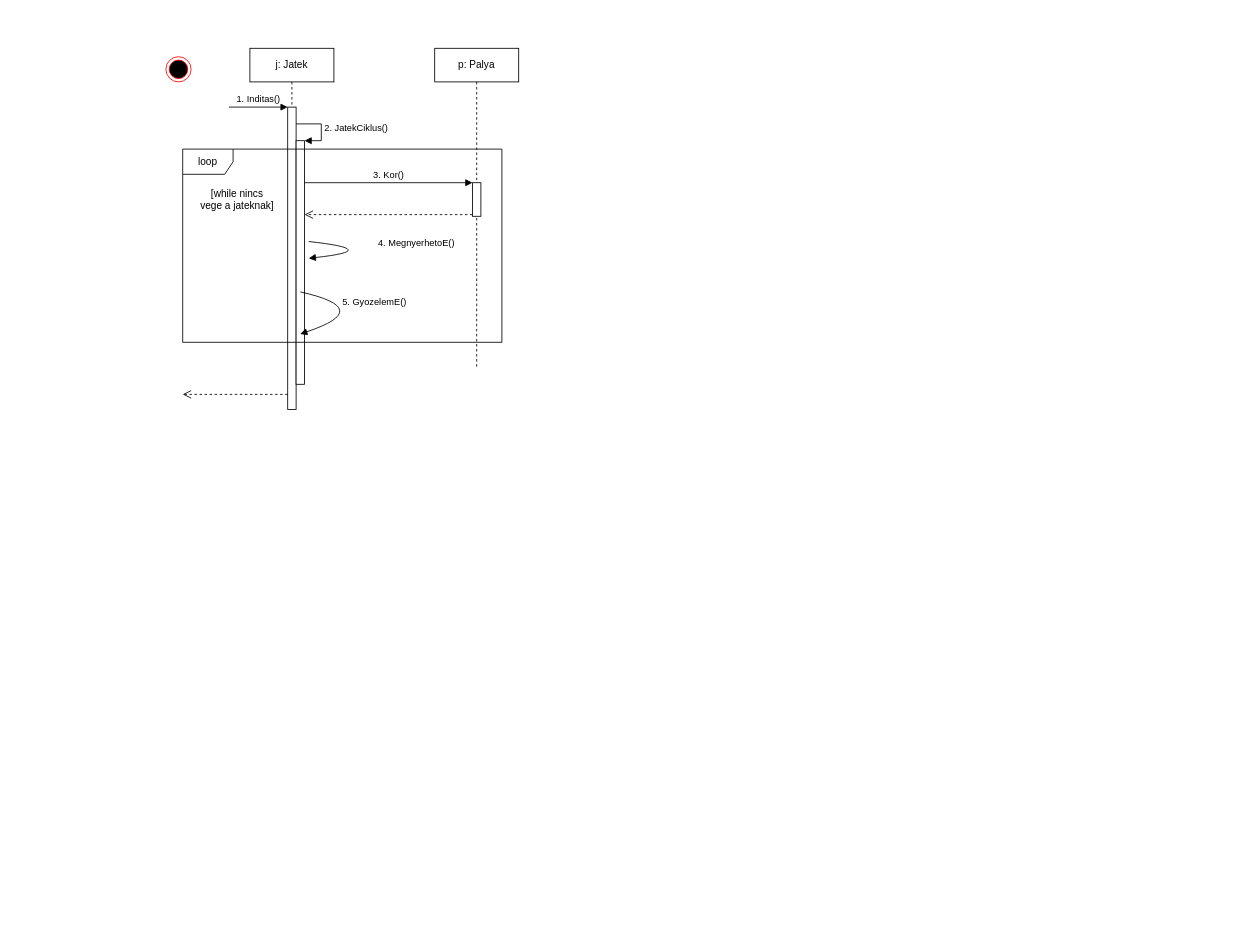
Earlier version of the draw.io diagram doc/uml/jatek_ciklus.drawio (torpeBoiGo/aszteroidabanyaszat). Source tidied: cells renumbered, new cells numbered last; positions are measured from the earlier drawing's top-left corner, leaving out a move shared by most shapes. Both pictures are drawn from the tidied source at 84%, with x=0, y=0 at pixel (165, 48).
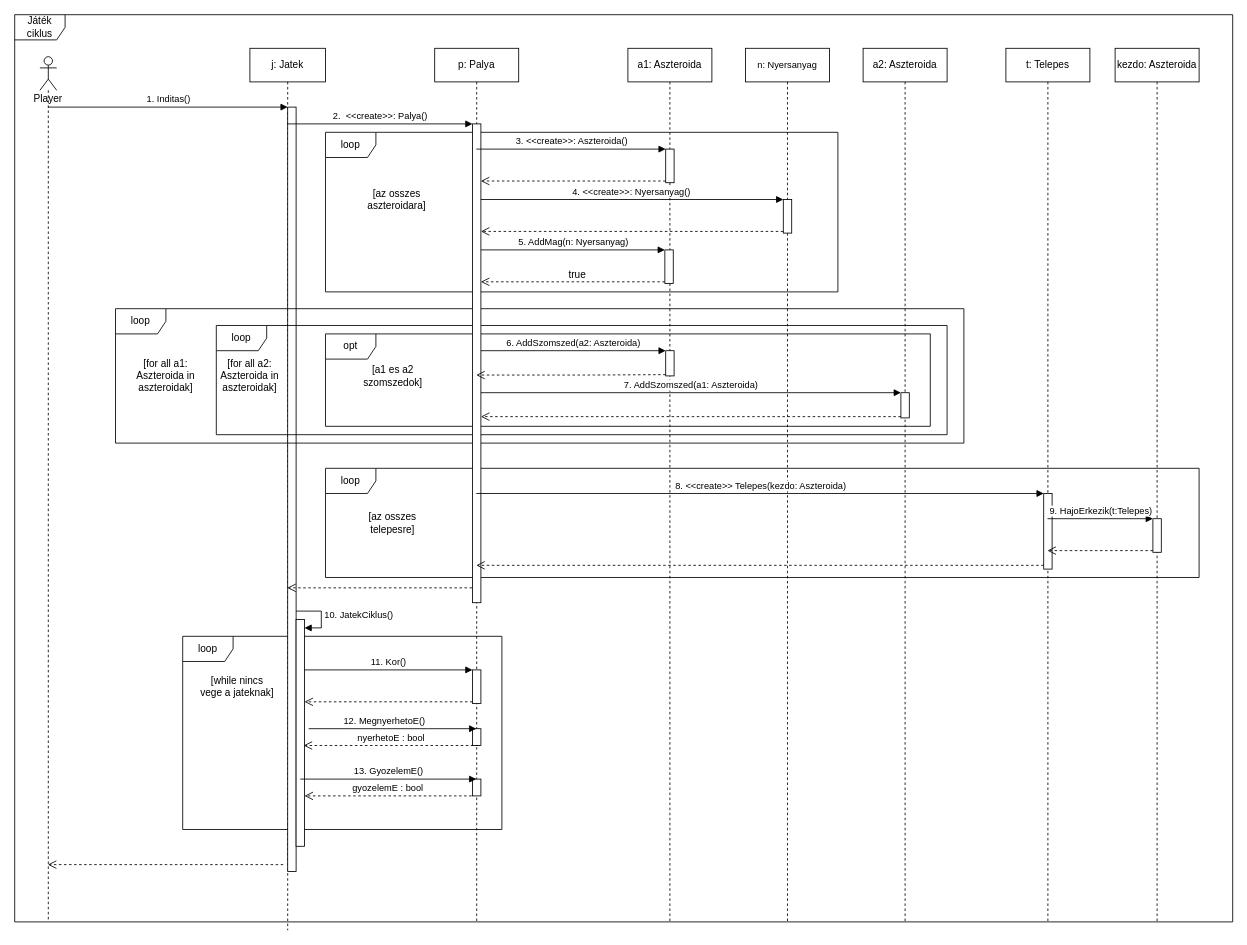
After the change.

Change to the diagram source:
```diff
@@
+    <mxCell id="12" value="loop" style="shape=umlFrame;whiteSpace=wrap;html=1;" parent="1" vertex="1">
+      <mxGeometry x="20" y="700" width="380" height="230" as="geometry" />
+    </mxCell>
+    <mxCell id="17" value="Játék ciklus" style="shape=umlFrame;whiteSpace=wrap;html=1;" parent="1" vertex="1">
+      <mxGeometry x="-180" y="-40" width="1450" height="1080" as="geometry" />
+    </mxCell>
     <mxCell id="2" value="j: Jatek" style="shape=umlLifeline;perimeter=lifelinePerimeter;whiteSpace=wrap;html=1;outlineConnect=0;" parent="1" vertex="1">
-      <mxGeometry x="100" width="100" height="430" as="geometry" />
+      <mxGeometry x="100" width="90" height="1050" as="geometry" />
     </mxCell>
     <mxCell id="3" style="html=1;points=[];perimeter=orthogonalPerimeter;" parent="2" vertex="1">
-      <mxGeometry x="45" y="70" width="10" height="360" as="geometry" />
+      <mxGeometry x="45" y="70" width="10" height="910" as="geometry" />
     </mxCell>
-    <mxCell id="4" value="1. Inditas()" style="html=1;verticalAlign=bottom;endArrow=block;entryX=0;entryY=0;" parent="2" edge="1" target="3">
-      <mxGeometry relative="1" as="geometry">
-        <mxPoint x="-25" y="70" as="sourcePoint" />
-      </mxGeometry>
-    </mxCell>
-    <mxCell id="5" style="html=1;verticalAlign=bottom;endArrow=open;dashed=1;endSize=8;exitX=0;exitY=0.95;" parent="2" edge="1" source="3">
-      <mxGeometry x="1" y="-88" relative="1" as="geometry">
-        <mxPoint x="-80" y="412" as="targetPoint" />
-        <mxPoint x="-66" y="28" as="offset" />
-      </mxGeometry>
-    </mxCell>
     <mxCell id="6" style="html=1;points=[];perimeter=orthogonalPerimeter;" parent="2" vertex="1">
-      <mxGeometry x="55" y="110" width="10" height="290" as="geometry" />
+      <mxGeometry x="55" y="680" width="10" height="270" as="geometry" />
     </mxCell>
-    <mxCell id="7" value="2. JatekCiklus()" style="edgeStyle=orthogonalEdgeStyle;html=1;align=left;spacingLeft=2;endArrow=block;rounded=0;entryX=1;entryY=0;" parent="2" edge="1" source="3" target="6">
+    <mxCell id="7" value="10. JatekCiklus()" style="edgeStyle=orthogonalEdgeStyle;html=1;align=left;spacingLeft=2;endArrow=block;rounded=0;entryX=1;entryY=0;" parent="2" edge="1">
       <mxGeometry relative="1" as="geometry">
+        <mxPoint x="55" y="670" as="sourcePoint" />
+        <mxPoint x="65" y="690" as="targetPoint" />
         <Array as="points">
-          <mxPoint x="85" y="90" />
-          <mxPoint x="85" y="110" />
+          <mxPoint x="85" y="670" />
+          <mxPoint x="85" y="690" />
         </Array>
       </mxGeometry>
     </mxCell>
+    <mxCell id="18" value="loop" style="shape=umlFrame;whiteSpace=wrap;html=1;" parent="2" vertex="1">
+      <mxGeometry x="-160" y="310" width="1010" height="160" as="geometry" />
+    </mxCell>
+    <mxCell id="19" value="loop" style="shape=umlFrame;whiteSpace=wrap;html=1;" parent="2" vertex="1">
+      <mxGeometry x="90" y="500" width="1040" height="130" as="geometry" />
+    </mxCell>
+    <mxCell id="20" value="[az osszes telepesre]" style="text;html=1;strokeColor=none;fillColor=none;align=center;verticalAlign=middle;whiteSpace=wrap;rounded=0;" parent="2" vertex="1">
+      <mxGeometry x="130" y="555" width="80" height="20" as="geometry" />
+    </mxCell>
+    <mxCell id="21" value="loop" style="shape=umlFrame;whiteSpace=wrap;html=1;" parent="2" vertex="1">
+      <mxGeometry x="-40" y="330" width="870" height="130" as="geometry" />
+    </mxCell>
+    <mxCell id="22" value="opt" style="shape=umlFrame;whiteSpace=wrap;html=1;" parent="2" vertex="1">
+      <mxGeometry x="90" y="340" width="720" height="110" as="geometry" />
+    </mxCell>
+    <mxCell id="23" value="[for all a2: Aszteroida in aszteroidak]" style="text;html=1;strokeColor=none;fillColor=none;align=center;verticalAlign=middle;whiteSpace=wrap;rounded=0;" parent="2" vertex="1">
+      <mxGeometry x="-40" y="380" width="80" height="20" as="geometry" />
+    </mxCell>
+    <mxCell id="24" value="[a1 es a2 szomszedok]" style="text;html=1;strokeColor=none;fillColor=none;align=center;verticalAlign=middle;whiteSpace=wrap;rounded=0;" parent="2" vertex="1">
+      <mxGeometry x="132.5" y="380" width="75" height="20" as="geometry" />
+    </mxCell>
+    <mxCell id="25" value="[for all a1: Aszteroida in aszteroidak]" style="text;html=1;strokeColor=none;fillColor=none;align=center;verticalAlign=middle;whiteSpace=wrap;rounded=0;" parent="2" vertex="1">
+      <mxGeometry x="-140" y="380" width="80" height="20" as="geometry" />
+    </mxCell>
+    <mxCell id="26" value="loop" style="shape=umlFrame;whiteSpace=wrap;html=1;" parent="1" vertex="1">
+      <mxGeometry x="190" y="100" width="610" height="190" as="geometry" />
+    </mxCell>
     <mxCell id="8" value="p: Palya" style="shape=umlLifeline;perimeter=lifelinePerimeter;whiteSpace=wrap;html=1;outlineConnect=0;" parent="1" vertex="1">
-      <mxGeometry x="320" width="100" height="380" as="geometry" />
+      <mxGeometry x="320" width="100" height="1040" as="geometry" />
     </mxCell>
     <mxCell id="9" style="html=1;points=[];perimeter=orthogonalPerimeter;" parent="8" vertex="1">
-      <mxGeometry x="45" y="160" width="10" height="40" as="geometry" />
+      <mxGeometry x="45" y="740" width="10" height="40" as="geometry" />
     </mxCell>
+    <mxCell id="27" style="html=1;points=[];perimeter=orthogonalPerimeter;" parent="8" vertex="1">
+      <mxGeometry x="45" y="90" width="10" height="570" as="geometry" />
+    </mxCell>
+    <mxCell id="28" style="html=1;points=[];perimeter=orthogonalPerimeter;" parent="8" vertex="1">
+      <mxGeometry x="45" y="810" width="10" height="20" as="geometry" />
+    </mxCell>
+    <mxCell id="29" style="html=1;points=[];perimeter=orthogonalPerimeter;" parent="8" vertex="1">
+      <mxGeometry x="45" y="870" width="10" height="20" as="geometry" />
+    </mxCell>
-    <mxCell id="10" value="3. Kor()" style="html=1;verticalAlign=bottom;endArrow=block;entryX=0;entryY=0;" parent="1" edge="1" source="6" target="9">
-      <mxGeometry relative="1" as="geometry" />
+    <mxCell id="10" value="11. Kor()" style="html=1;verticalAlign=bottom;endArrow=block;entryX=0;entryY=0;" parent="1" edge="1" target="9">
+      <mxGeometry relative="1" as="geometry">
+        <mxPoint x="165" y="740" as="sourcePoint" />
+      </mxGeometry>
     </mxCell>
-    <mxCell id="11" style="html=1;verticalAlign=bottom;endArrow=open;dashed=1;endSize=8;exitX=0;exitY=0.95;" parent="1" edge="1" source="9" target="6">
-      <mxGeometry x="0.15" y="92" relative="1" as="geometry" />
+    <mxCell id="11" style="html=1;verticalAlign=bottom;endArrow=open;dashed=1;endSize=8;exitX=0;exitY=0.95;" parent="1" edge="1" source="9">
+      <mxGeometry x="0.15" y="92" relative="1" as="geometry">
+        <mxPoint x="165" y="778" as="targetPoint" />
+      </mxGeometry>
     </mxCell>
-    <mxCell id="12" value="loop" style="shape=umlFrame;whiteSpace=wrap;html=1;" parent="1" vertex="1">
-      <mxGeometry x="20" y="120" width="380" height="230" as="geometry" />
-    </mxCell>
     <mxCell id="13" value="[while nincs vege a jateknak]" style="text;html=1;strokeColor=none;fillColor=none;align=center;verticalAlign=middle;whiteSpace=wrap;rounded=0;" parent="1" vertex="1">
-      <mxGeometry x="40" y="170" width="90" height="20" as="geometry" />
+      <mxGeometry x="40" y="750" width="90" height="20" as="geometry" />
     </mxCell>
-    <mxCell id="14" value="4. MegnyerhetoE()" style="html=1;verticalAlign=bottom;endArrow=block;curved=1;" parent="1" edge="1">
-      <mxGeometry y="40" relative="1" as="geometry">
-        <mxPoint x="170" y="230" as="sourcePoint" />
-        <mxPoint x="170" y="250" as="targetPoint" />
+    <mxCell id="14" value="12. MegnyerhetoE()" style="html=1;verticalAlign=bottom;endArrow=block;curved=1;" parent="1" edge="1" target="8">
+      <mxGeometry x="-0.1" relative="1" as="geometry">
+        <mxPoint x="170" y="810" as="sourcePoint" />
         <Array as="points">
-          <mxPoint x="260" y="240" />
+          <mxPoint x="260" y="810" />
         </Array>
-        <mxPoint x="34" y="-39" as="offset" />
       </mxGeometry>
     </mxCell>
-    <mxCell id="15" value="5. GyozelemE()" style="html=1;verticalAlign=bottom;endArrow=block;entryX=0.368;entryY=0.957;entryDx=0;entryDy=0;entryPerimeter=0;curved=1;" parent="1" edge="1" target="12">
+    <mxCell id="15" value="13. GyozelemE()" style="html=1;verticalAlign=bottom;endArrow=block;curved=1;" parent="1" edge="1" target="8">
       <mxGeometry relative="1" as="geometry">
-        <mxPoint x="160" y="290" as="sourcePoint" />
+        <mxPoint x="160" y="870" as="sourcePoint" />
         <Array as="points">
-          <mxPoint x="250" y="310" />
+          <mxPoint x="260" y="870" />
         </Array>
       </mxGeometry>
     </mxCell>
-    <mxCell id="16" style="ellipse;html=1;shape=endState;fillColor=#000000;strokeColor=#ff0000;" parent="1" vertex="1">
-      <mxGeometry y="10" width="30" height="30" as="geometry" />
-    </mxCell>
+    <mxCell id="30" value="2.&amp;nbsp; &amp;lt;&amp;lt;create&amp;gt;&amp;gt;: Palya()" style="html=1;verticalAlign=bottom;endArrow=block;entryX=0;entryY=0;" parent="1" edge="1" source="2" target="27">
+      <mxGeometry relative="1" as="geometry" />
+    </mxCell>
+    <mxCell id="31" style="html=1;verticalAlign=bottom;endArrow=open;dashed=1;endSize=8;exitX=-0.049;exitY=0.969;exitDx=0;exitDy=0;exitPerimeter=0;" parent="1" edge="1" source="27" target="2">
+      <mxGeometry relative="1" as="geometry" />
+    </mxCell>
+    <mxCell id="32" value="a1: Aszteroida" style="shape=umlLifeline;perimeter=lifelinePerimeter;whiteSpace=wrap;html=1;" parent="1" vertex="1">
+      <mxGeometry x="550" width="100" height="1040" as="geometry" />
+    </mxCell>
+    <mxCell id="33" style="html=1;points=[];perimeter=orthogonalPerimeter;" parent="32" vertex="1">
+      <mxGeometry x="45" y="120" width="10" height="40" as="geometry" />
+    </mxCell>
+    <mxCell id="34" style="html=1;points=[];perimeter=orthogonalPerimeter;" parent="32" vertex="1">
+      <mxGeometry x="44" y="240" width="10" height="40" as="geometry" />
+    </mxCell>
+    <mxCell id="35" style="html=1;points=[];perimeter=orthogonalPerimeter;" parent="32" vertex="1">
+      <mxGeometry x="45" y="360" width="10" height="30" as="geometry" />
+    </mxCell>
+    <mxCell id="36" value="3. &amp;lt;&amp;lt;create&amp;gt;&amp;gt;: Aszteroida()" style="html=1;verticalAlign=bottom;endArrow=block;entryX=0;entryY=0;" parent="1" edge="1" target="33">
+      <mxGeometry relative="1" as="geometry">
+        <mxPoint x="369.5" y="120" as="sourcePoint" />
+      </mxGeometry>
+    </mxCell>
+    <mxCell id="37" style="html=1;verticalAlign=bottom;endArrow=open;dashed=1;endSize=8;exitX=0;exitY=0.95;" parent="1" edge="1" source="33">
+      <mxGeometry x="0.02" y="-60" relative="1" as="geometry">
+        <mxPoint x="375" y="158" as="targetPoint" />
+      </mxGeometry>
+    </mxCell>
+    <mxCell id="38" value="&lt;span style=&quot;font-size: 11px ; background-color: rgb(255 , 255 , 255)&quot;&gt;n: Nyersanyag&lt;/span&gt;" style="shape=umlLifeline;perimeter=lifelinePerimeter;whiteSpace=wrap;html=1;" parent="1" vertex="1">
+      <mxGeometry x="690" width="100" height="1040" as="geometry" />
+    </mxCell>
+    <mxCell id="39" style="html=1;points=[];perimeter=orthogonalPerimeter;" parent="38" vertex="1">
+      <mxGeometry x="45" y="180" width="10" height="40" as="geometry" />
+    </mxCell>
+    <mxCell id="40" value="4. &amp;lt;&amp;lt;create&amp;gt;&amp;gt;: Nyersanyag()" style="html=1;verticalAlign=bottom;endArrow=block;entryX=0;entryY=0;" parent="1" edge="1" target="39">
+      <mxGeometry relative="1" as="geometry">
+        <mxPoint x="375" y="180" as="sourcePoint" />
+        <mxPoint x="-1" as="offset" />
+      </mxGeometry>
+    </mxCell>
+    <mxCell id="41" style="html=1;verticalAlign=bottom;endArrow=open;dashed=1;endSize=8;exitX=0;exitY=0.95;" parent="1" edge="1" source="39">
+      <mxGeometry x="0.2" y="-176" relative="1" as="geometry">
+        <mxPoint x="375" y="218" as="targetPoint" />
+      </mxGeometry>
+    </mxCell>
+    <mxCell id="42" value="a2: Aszteroida" style="shape=umlLifeline;perimeter=lifelinePerimeter;whiteSpace=wrap;html=1;" parent="1" vertex="1">
+      <mxGeometry x="830" width="100" height="1040" as="geometry" />
+    </mxCell>
+    <mxCell id="43" style="html=1;points=[];perimeter=orthogonalPerimeter;" parent="42" vertex="1">
+      <mxGeometry x="45" y="410" width="10" height="30" as="geometry" />
+    </mxCell>
+    <mxCell id="44" value="t: Telepes" style="shape=umlLifeline;perimeter=lifelinePerimeter;whiteSpace=wrap;html=1;outlineConnect=0;" parent="1" vertex="1">
+      <mxGeometry x="1000" width="100" height="1040" as="geometry" />
+    </mxCell>
+    <mxCell id="45" style="html=1;points=[];perimeter=orthogonalPerimeter;" parent="44" vertex="1">
+      <mxGeometry x="45" y="530" width="10" height="90" as="geometry" />
+    </mxCell>
+    <mxCell id="46" value="8. &amp;lt;&amp;lt;create&amp;gt;&amp;gt; Telepes(kezdo: Aszteroida)" style="html=1;verticalAlign=bottom;endArrow=block;entryX=0;entryY=0;" parent="1" edge="1" source="8" target="45">
+      <mxGeometry relative="1" as="geometry" />
+    </mxCell>
+    <mxCell id="47" style="html=1;verticalAlign=bottom;endArrow=open;dashed=1;endSize=8;exitX=0;exitY=0.95;" parent="1" edge="1" source="45" target="8">
+      <mxGeometry relative="1" as="geometry" />
+    </mxCell>
+    <mxCell id="48" value="kezdo: Aszteroida" style="shape=umlLifeline;perimeter=lifelinePerimeter;whiteSpace=wrap;html=1;" parent="1" vertex="1">
+      <mxGeometry x="1130" width="100" height="1040" as="geometry" />
+    </mxCell>
+    <mxCell id="49" style="html=1;points=[];perimeter=orthogonalPerimeter;" parent="48" vertex="1">
+      <mxGeometry x="45" y="560" width="10" height="40" as="geometry" />
+    </mxCell>
+    <mxCell id="50" value="9. HajoErkezik(t:Telepes)" style="html=1;verticalAlign=bottom;endArrow=block;entryX=0;entryY=0;" parent="1" edge="1" source="44" target="49">
+      <mxGeometry relative="1" as="geometry" />
+    </mxCell>
+    <mxCell id="51" style="html=1;verticalAlign=bottom;endArrow=open;dashed=1;endSize=8;exitX=0;exitY=0.95;" parent="1" edge="1" source="49" target="44">
+      <mxGeometry x="0.02" y="51" relative="1" as="geometry" />
+    </mxCell>
+    <mxCell id="52" value="[az osszes aszteroidara]" style="text;html=1;strokeColor=none;fillColor=none;align=center;verticalAlign=middle;whiteSpace=wrap;rounded=0;" parent="1" vertex="1">
+      <mxGeometry x="240" y="170" width="70" height="20" as="geometry" />
+    </mxCell>
+    <mxCell id="53" value="5. AddMag(n: Nyersanyag)" style="html=1;verticalAlign=bottom;endArrow=block;entryX=0;entryY=0;" parent="1" edge="1" target="34">
+      <mxGeometry relative="1" as="geometry">
+        <mxPoint x="375" y="240" as="sourcePoint" />
+      </mxGeometry>
+    </mxCell>
+    <mxCell id="54" style="html=1;verticalAlign=bottom;endArrow=open;dashed=1;endSize=8;exitX=0;exitY=0.95;" parent="1" edge="1" source="34">
+      <mxGeometry x="0.13" y="-248" relative="1" as="geometry">
+        <mxPoint x="375" y="278" as="targetPoint" />
+      </mxGeometry>
+    </mxCell>
+    <mxCell id="55" value="6. AddSzomszed(a2: Aszteroida)" style="html=1;verticalAlign=bottom;endArrow=block;entryX=0;entryY=0;" parent="1" edge="1" source="27" target="35">
+      <mxGeometry relative="1" as="geometry" />
+    </mxCell>
+    <mxCell id="56" style="html=1;verticalAlign=bottom;endArrow=open;dashed=1;endSize=8;exitX=0;exitY=0.95;" parent="1" edge="1" source="35" target="8">
+      <mxGeometry x="1" y="-334" relative="1" as="geometry">
+        <Array as="points">
+          <mxPoint x="500" y="389" />
+        </Array>
+        <mxPoint x="-299" y="185" as="offset" />
+      </mxGeometry>
+    </mxCell>
+    <mxCell id="57" value="7. AddSzomszed(a1: Aszteroida)" style="html=1;verticalAlign=bottom;endArrow=block;entryX=0;entryY=0;" parent="1" edge="1" source="27" target="43">
+      <mxGeometry relative="1" as="geometry" />
+    </mxCell>
+    <mxCell id="58" style="html=1;verticalAlign=bottom;endArrow=open;dashed=1;endSize=8;exitX=0;exitY=0.95;" parent="1" edge="1" source="43" target="27">
+      <mxGeometry x="1" y="-464" relative="1" as="geometry">
+        <mxPoint x="-415" y="255" as="offset" />
+      </mxGeometry>
+    </mxCell>
+    <mxCell id="59" value="nyerhetoE : bool" style="html=1;verticalAlign=bottom;endArrow=open;dashed=1;endSize=8;exitX=0.7;exitY=1;exitDx=0;exitDy=0;exitPerimeter=0;" parent="1" edge="1" source="28">
+      <mxGeometry relative="1" as="geometry">
+        <mxPoint x="164" y="830" as="targetPoint" />
+      </mxGeometry>
+    </mxCell>
+    <mxCell id="60" value="Player" style="shape=umlLifeline;participant=umlActor;perimeter=lifelinePerimeter;whiteSpace=wrap;html=1;verticalAlign=top;spacingTop=36;outlineConnect=0;" parent="1" vertex="1">
+      <mxGeometry x="-150" y="10" width="20" height="1030" as="geometry" />
+    </mxCell>
+    <mxCell id="61" value="gyozelemE : bool" style="html=1;verticalAlign=bottom;endArrow=open;dashed=1;endSize=8;exitX=-0.1;exitY=1;exitDx=0;exitDy=0;exitPerimeter=0;" parent="1" edge="1" source="29" target="6">
+      <mxGeometry relative="1" as="geometry" />
+    </mxCell>
+    <mxCell id="4" value="1. Inditas()" style="html=1;verticalAlign=bottom;endArrow=block;entryX=0;entryY=0;" parent="1" edge="1" source="60" target="3">
+      <mxGeometry relative="1" as="geometry" />
+    </mxCell>
+    <mxCell id="5" style="html=1;verticalAlign=bottom;endArrow=open;dashed=1;endSize=8;exitX=-0.533;exitY=0.991;exitDx=0;exitDy=0;exitPerimeter=0;" parent="1" edge="1" source="3" target="60">
+      <mxGeometry x="1" y="-88" relative="1" as="geometry">
+        <mxPoint x="-66" y="28" as="offset" />
+      </mxGeometry>
+    </mxCell>
+    <mxCell id="62" value="true" style="text;html=1;strokeColor=none;fillColor=none;align=center;verticalAlign=middle;whiteSpace=wrap;rounded=0;" parent="1" vertex="1">
+      <mxGeometry x="470" y="260" width="40" height="20" as="geometry" />
+    </mxCell>
```
